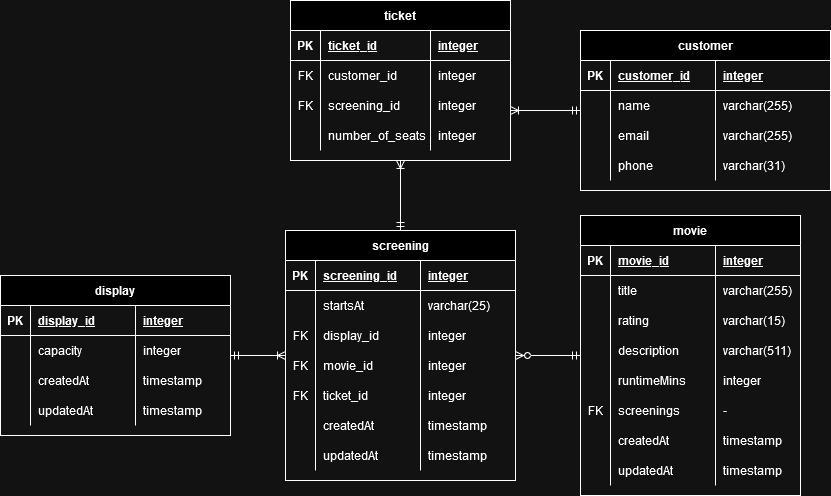
Above: api-cinema-challenge/documentation/Cinema_challenge_ERD_dark.drawio.png in boolean-uk/csharp-api-cinema-challenge (draw.io), before the change. Source tidied: cells renumbered, new cells last; positions are measured from the earlier drawing's top-left corner, leaving out a move shared by most shapes.
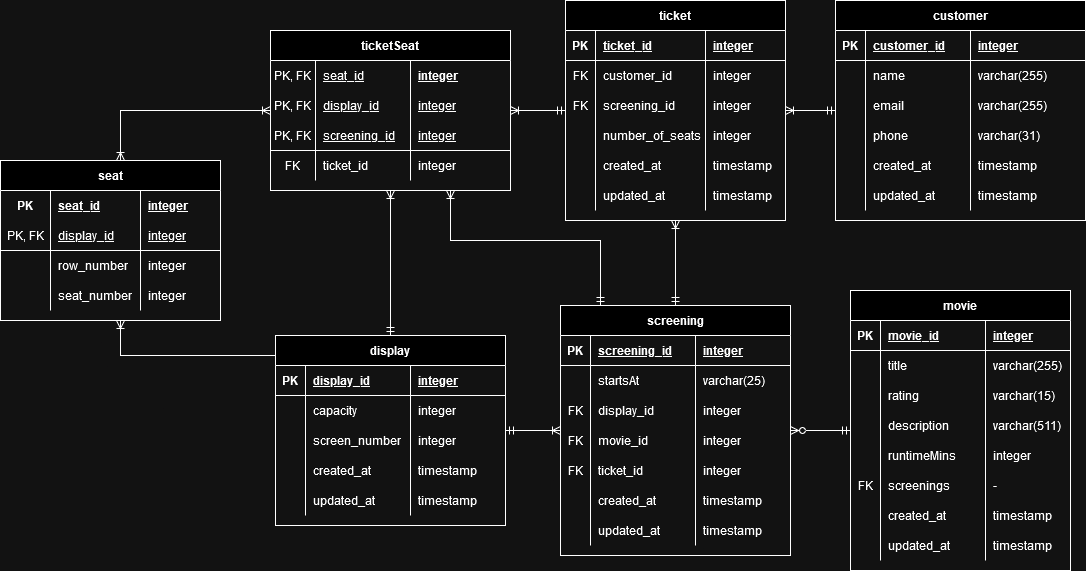
Later version of the same file.

The edit, as a diff of the source:
```diff
@@ -5,3 +5,3 @@
     <mxCell id="2" value="ticket" style="shape=table;startSize=30;rowLines=0;fontStyle=1;align=center;" parent="1" vertex="1">
-      <mxGeometry x="290" width="220" height="160" as="geometry" />
+      <mxGeometry x="295" width="220" height="220" as="geometry" />
     </mxCell>
@@ -55,2 +55,26 @@
     </mxCell>
+    <mxCell id="119" style="shape=partialRectangle;fillColor=none;top=0;left=0;right=0;bottom=0;" parent="2" vertex="1">
+      <mxGeometry y="150" width="220" height="30" as="geometry" />
+    </mxCell>
+    <mxCell id="120" style="shape=partialRectangle;overflow=hidden;fillColor=none;top=0;left=0;bottom=0;right=0;" parent="119" vertex="1">
+      <mxGeometry width="30" height="30" as="geometry" />
+    </mxCell>
+    <mxCell id="121" value="created_at" style="shape=partialRectangle;overflow=hidden;fillColor=none;top=0;left=0;bottom=0;right=0;align=left;spacingLeft=6;" parent="119" vertex="1">
+      <mxGeometry x="30" width="110" height="30" as="geometry" />
+    </mxCell>
+    <mxCell id="122" value="timestamp " style="shape=partialRectangle;overflow=hidden;fillColor=none;top=0;left=0;bottom=0;right=0;align=left;spacingLeft=6;" parent="119" vertex="1">
+      <mxGeometry x="140" width="80" height="30" as="geometry" />
+    </mxCell>
+    <mxCell id="123" style="shape=partialRectangle;fillColor=none;top=0;left=0;right=0;bottom=0;" parent="2" vertex="1">
+      <mxGeometry y="180" width="220" height="30" as="geometry" />
+    </mxCell>
+    <mxCell id="124" style="shape=partialRectangle;overflow=hidden;fillColor=none;top=0;left=0;bottom=0;right=0;" parent="123" vertex="1">
+      <mxGeometry width="30" height="30" as="geometry" />
+    </mxCell>
+    <mxCell id="125" value="updated_at" style="shape=partialRectangle;overflow=hidden;fillColor=none;top=0;left=0;bottom=0;right=0;align=left;spacingLeft=6;" parent="123" vertex="1">
+      <mxGeometry x="30" width="110" height="30" as="geometry" />
+    </mxCell>
+    <mxCell id="126" value="timestamp " style="shape=partialRectangle;overflow=hidden;fillColor=none;top=0;left=0;bottom=0;right=0;align=left;spacingLeft=6;" parent="123" vertex="1">
+      <mxGeometry x="140" width="80" height="30" as="geometry" />
+    </mxCell>
     <mxCell id="19" style="edgeStyle=orthogonalEdgeStyle;rounded=0;jettySize=auto;html=1;endArrow=ERoneToMany;endFill=0;startArrow=ERmandOne;startFill=0;" parent="1" edge="1" source="20" target="2">
@@ -58,4 +82,12 @@
     </mxCell>
+    <mxCell id="127" style="edgeStyle=orthogonalEdgeStyle;rounded=0;jettySize=auto;html=1;startArrow=ERmandOne;startFill=0;endArrow=ERoneToMany;endFill=0;" parent="1" edge="1" source="20" target="161">
+      <mxGeometry relative="1" as="geometry">
+        <Array as="points">
+          <mxPoint x="330" y="240" />
+          <mxPoint x="180" y="240" />
+        </Array>
+      </mxGeometry>
+    </mxCell>
     <mxCell id="20" value="screening" style="shape=table;startSize=30;rowLines=0;fontStyle=1;align=center;" parent="1" vertex="1">
-      <mxGeometry x="285" y="230" width="230" height="250" as="geometry" />
+      <mxGeometry x="290" y="305" width="230" height="250" as="geometry" />
     </mxCell>
@@ -127,3 +159,3 @@
     </mxCell>
-    <mxCell id="43" value="createdAt" style="shape=partialRectangle;overflow=hidden;fillColor=none;top=0;left=0;bottom=0;right=0;align=left;spacingLeft=6;" parent="41" vertex="1">
+    <mxCell id="43" value="created_at" style="shape=partialRectangle;overflow=hidden;fillColor=none;top=0;left=0;bottom=0;right=0;align=left;spacingLeft=6;" parent="41" vertex="1">
       <mxGeometry x="30" width="105" height="30" as="geometry" />
@@ -139,3 +171,3 @@
     </mxCell>
-    <mxCell id="47" value="updatedAt" style="shape=partialRectangle;overflow=hidden;fillColor=none;top=0;left=0;bottom=0;right=0;align=left;spacingLeft=6;" parent="45" vertex="1">
+    <mxCell id="47" value="updated_at" style="shape=partialRectangle;overflow=hidden;fillColor=none;top=0;left=0;bottom=0;right=0;align=left;spacingLeft=6;" parent="45" vertex="1">
       <mxGeometry x="30" width="105" height="30" as="geometry" />
@@ -146,3 +178,3 @@
     <mxCell id="49" value="movie" style="shape=table;startSize=30;rowLines=0;fontStyle=1;align=center;" parent="1" vertex="1">
-      <mxGeometry x="580" y="215" width="220" height="280" as="geometry" />
+      <mxGeometry x="580" y="290" width="220" height="280" as="geometry" />
     </mxCell>
@@ -226,3 +258,3 @@
     </mxCell>
-    <mxCell id="76" value="createdAt" style="shape=partialRectangle;overflow=hidden;fillColor=none;top=0;left=0;bottom=0;right=0;align=left;spacingLeft=6;" parent="74" vertex="1">
+    <mxCell id="76" value="created_at" style="shape=partialRectangle;overflow=hidden;fillColor=none;top=0;left=0;bottom=0;right=0;align=left;spacingLeft=6;" parent="74" vertex="1">
       <mxGeometry x="30" width="105" height="30" as="geometry" />
@@ -238,3 +270,3 @@
     </mxCell>
-    <mxCell id="80" value="updatedAt" style="shape=partialRectangle;overflow=hidden;fillColor=none;top=0;left=0;bottom=0;right=0;align=left;spacingLeft=6;" parent="78" vertex="1">
+    <mxCell id="80" value="updated_at" style="shape=partialRectangle;overflow=hidden;fillColor=none;top=0;left=0;bottom=0;right=0;align=left;spacingLeft=6;" parent="78" vertex="1">
       <mxGeometry x="30" width="105" height="30" as="geometry" />
@@ -252,3 +284,3 @@
     <mxCell id="83" value="customer" style="shape=table;startSize=30;rowLines=0;fontStyle=1;align=center;" parent="1" vertex="1">
-      <mxGeometry x="580" y="30" width="250" height="160" as="geometry" />
+      <mxGeometry x="565" width="250" height="220" as="geometry" />
     </mxCell>
@@ -302,2 +334,26 @@
     </mxCell>
+    <mxCell id="128" style="shape=partialRectangle;fillColor=none;top=0;left=0;right=0;bottom=0;" parent="83" vertex="1">
+      <mxGeometry y="150" width="250" height="30" as="geometry" />
+    </mxCell>
+    <mxCell id="129" style="shape=partialRectangle;overflow=hidden;fillColor=none;top=0;left=0;bottom=0;right=0;" parent="128" vertex="1">
+      <mxGeometry width="30" height="30" as="geometry" />
+    </mxCell>
+    <mxCell id="130" value="created_at" style="shape=partialRectangle;overflow=hidden;fillColor=none;top=0;left=0;bottom=0;right=0;align=left;spacingLeft=6;" parent="128" vertex="1">
+      <mxGeometry x="30" width="105" height="30" as="geometry" />
+    </mxCell>
+    <mxCell id="131" value="timestamp " style="shape=partialRectangle;overflow=hidden;fillColor=none;top=0;left=0;bottom=0;right=0;align=left;spacingLeft=6;" parent="128" vertex="1">
+      <mxGeometry x="135" width="115" height="30" as="geometry" />
+    </mxCell>
+    <mxCell id="132" style="shape=partialRectangle;fillColor=none;top=0;left=0;right=0;bottom=0;" parent="83" vertex="1">
+      <mxGeometry y="180" width="250" height="30" as="geometry" />
+    </mxCell>
+    <mxCell id="133" style="shape=partialRectangle;overflow=hidden;fillColor=none;top=0;left=0;bottom=0;right=0;" parent="132" vertex="1">
+      <mxGeometry width="30" height="30" as="geometry" />
+    </mxCell>
+    <mxCell id="134" value="updated_at" style="shape=partialRectangle;overflow=hidden;fillColor=none;top=0;left=0;bottom=0;right=0;align=left;spacingLeft=6;" parent="132" vertex="1">
+      <mxGeometry x="30" width="105" height="30" as="geometry" />
+    </mxCell>
+    <mxCell id="135" value="timestamp " style="shape=partialRectangle;overflow=hidden;fillColor=none;top=0;left=0;bottom=0;right=0;align=left;spacingLeft=6;" parent="132" vertex="1">
+      <mxGeometry x="135" width="115" height="30" as="geometry" />
+    </mxCell>
     <mxCell id="100" style="edgeStyle=orthogonalEdgeStyle;rounded=0;jettySize=auto;html=1;endArrow=ERmandOne;endFill=0;startArrow=ERzeroToMany;startFill=0;" parent="1" edge="1" source="20" target="49">
@@ -309,3 +365,3 @@
     <mxCell id="102" value="display" style="shape=table;startSize=30;rowLines=0;fontStyle=1;align=center;" parent="1" vertex="1">
-      <mxGeometry y="275" width="230" height="160" as="geometry" />
+      <mxGeometry x="5" y="335" width="230" height="190" as="geometry" />
     </mxCell>
@@ -335,4 +391,16 @@
     </mxCell>
+    <mxCell id="136" style="shape=partialRectangle;fillColor=none;top=0;left=0;right=0;bottom=0;" parent="102" vertex="1">
+      <mxGeometry y="90" width="230" height="30" as="geometry" />
+    </mxCell>
+    <mxCell id="137" style="shape=partialRectangle;overflow=hidden;fillColor=none;top=0;left=0;bottom=0;right=0;" parent="136" vertex="1">
+      <mxGeometry width="30" height="30" as="geometry" />
+    </mxCell>
+    <mxCell id="138" value="screen_number" style="shape=partialRectangle;overflow=hidden;fillColor=none;top=0;left=0;bottom=0;right=0;align=left;spacingLeft=6;" parent="136" vertex="1">
+      <mxGeometry x="30" width="105" height="30" as="geometry" />
+    </mxCell>
+    <mxCell id="139" value="integer" style="shape=partialRectangle;overflow=hidden;fillColor=none;top=0;left=0;bottom=0;right=0;align=left;spacingLeft=6;" parent="136" vertex="1">
+      <mxGeometry x="135" width="95" height="30" as="geometry" />
+    </mxCell>
     <mxCell id="111" style="shape=partialRectangle;fillColor=none;top=0;left=0;right=0;bottom=0;" parent="102" vertex="1">
-      <mxGeometry y="90" width="230" height="30" as="geometry" />
+      <mxGeometry y="120" width="230" height="30" as="geometry" />
     </mxCell>
@@ -341,3 +409,3 @@
     </mxCell>
-    <mxCell id="113" value="createdAt" style="shape=partialRectangle;overflow=hidden;fillColor=none;top=0;left=0;bottom=0;right=0;align=left;spacingLeft=6;" parent="111" vertex="1">
+    <mxCell id="113" value="created_at" style="shape=partialRectangle;overflow=hidden;fillColor=none;top=0;left=0;bottom=0;right=0;align=left;spacingLeft=6;" parent="111" vertex="1">
       <mxGeometry x="30" width="105" height="30" as="geometry" />
@@ -348,3 +416,3 @@
     <mxCell id="115" style="shape=partialRectangle;fillColor=none;top=0;left=0;right=0;bottom=0;" parent="102" vertex="1">
-      <mxGeometry y="120" width="230" height="30" as="geometry" />
+      <mxGeometry y="150" width="230" height="30" as="geometry" />
     </mxCell>
@@ -353,3 +421,3 @@
     </mxCell>
-    <mxCell id="117" value="updatedAt" style="shape=partialRectangle;overflow=hidden;fillColor=none;top=0;left=0;bottom=0;right=0;align=left;spacingLeft=6;" parent="115" vertex="1">
+    <mxCell id="117" value="updated_at" style="shape=partialRectangle;overflow=hidden;fillColor=none;top=0;left=0;bottom=0;right=0;align=left;spacingLeft=6;" parent="115" vertex="1">
       <mxGeometry x="30" width="105" height="30" as="geometry" />
@@ -359,2 +427,129 @@
     </mxCell>
+    <mxCell id="140" style="edgeStyle=orthogonalEdgeStyle;rounded=0;jettySize=auto;html=1;endArrow=ERmandOne;endFill=0;startArrow=ERoneToMany;startFill=0;" parent="1" edge="1" source="161" target="102">
+      <mxGeometry relative="1" as="geometry">
+        <Array as="points">
+          <mxPoint x="120" y="200" />
+          <mxPoint x="120" y="200" />
+        </Array>
+      </mxGeometry>
+    </mxCell>
+    <mxCell id="141" style="edgeStyle=orthogonalEdgeStyle;rounded=0;jettySize=auto;html=1;endArrow=none;endFill=0;startArrow=ERoneToMany;startFill=0;" parent="1" edge="1" source="142" target="102">
+      <mxGeometry relative="1" as="geometry">
+        <Array as="points">
+          <mxPoint x="-150" y="355" />
+        </Array>
+      </mxGeometry>
+    </mxCell>
+    <mxCell id="142" value="seat" style="shape=table;startSize=30;rowLines=0;fontStyle=1;align=center;" parent="1" vertex="1">
+      <mxGeometry x="-270" y="160" width="220" height="160" as="geometry" />
+    </mxCell>
+    <mxCell id="143" style="shape=partialRectangle;fillColor=none;top=0;left=0;right=0;bottom=0;" parent="142" vertex="1">
+      <mxGeometry y="30" width="220" height="30" as="geometry" />
+    </mxCell>
+    <mxCell id="144" value="PK" style="shape=partialRectangle;overflow=hidden;fillColor=none;top=0;left=0;bottom=0;right=0;fontStyle=1;" parent="143" vertex="1">
+      <mxGeometry width="50" height="30" as="geometry" />
+    </mxCell>
+    <mxCell id="145" value="seat_id" style="shape=partialRectangle;overflow=hidden;fillColor=none;top=0;left=0;bottom=0;right=0;align=left;spacingLeft=6;fontStyle=5;" parent="143" vertex="1">
+      <mxGeometry x="50" width="90" height="30" as="geometry" />
+    </mxCell>
+    <mxCell id="146" value="integer" style="shape=partialRectangle;overflow=hidden;fillColor=none;top=0;left=0;bottom=0;right=0;align=left;spacingLeft=6;fontStyle=5;" parent="143" vertex="1">
+      <mxGeometry x="140" width="80" height="30" as="geometry" />
+    </mxCell>
+    <mxCell id="147" style="shape=partialRectangle;fillColor=none;top=0;left=0;right=0;bottom=1;" parent="142" vertex="1">
+      <mxGeometry y="60" width="220" height="30" as="geometry" />
+    </mxCell>
+    <mxCell id="148" value="PK, FK" style="shape=partialRectangle;overflow=hidden;fillColor=none;top=0;left=0;bottom=0;right=0;" parent="147" vertex="1">
+      <mxGeometry width="50" height="30" as="geometry" />
+    </mxCell>
+    <mxCell id="149" value="display_id" style="shape=partialRectangle;overflow=hidden;fillColor=none;top=0;left=0;bottom=0;right=0;align=left;spacingLeft=6;fontStyle=4;" parent="147" vertex="1">
+      <mxGeometry x="50" width="90" height="30" as="geometry" />
+    </mxCell>
+    <mxCell id="150" value="integer" style="shape=partialRectangle;overflow=hidden;fillColor=none;top=0;left=0;bottom=0;right=0;align=left;spacingLeft=6;fontStyle=4;" parent="147" vertex="1">
+      <mxGeometry x="140" width="80" height="30" as="geometry" />
+    </mxCell>
+    <mxCell id="151" style="shape=partialRectangle;fillColor=none;top=0;left=0;right=0;bottom=0;" parent="142" vertex="1">
+      <mxGeometry y="90" width="220" height="30" as="geometry" />
+    </mxCell>
+    <mxCell id="152" style="shape=partialRectangle;overflow=hidden;fillColor=none;top=0;left=0;bottom=0;right=0;" parent="151" vertex="1">
+      <mxGeometry width="50" height="30" as="geometry" />
+    </mxCell>
+    <mxCell id="153" value="row_number" style="shape=partialRectangle;overflow=hidden;fillColor=none;top=0;left=0;bottom=0;right=0;align=left;spacingLeft=6;" parent="151" vertex="1">
+      <mxGeometry x="50" width="90" height="30" as="geometry" />
+    </mxCell>
+    <mxCell id="154" value="integer" style="shape=partialRectangle;overflow=hidden;fillColor=none;top=0;left=0;bottom=0;right=0;align=left;spacingLeft=6;" parent="151" vertex="1">
+      <mxGeometry x="140" width="80" height="30" as="geometry" />
+    </mxCell>
+    <mxCell id="155" style="shape=partialRectangle;fillColor=none;top=0;left=0;right=0;bottom=0;" parent="142" vertex="1">
+      <mxGeometry y="120" width="220" height="30" as="geometry" />
+    </mxCell>
+    <mxCell id="156" style="shape=partialRectangle;overflow=hidden;fillColor=none;top=0;left=0;bottom=0;right=0;" parent="155" vertex="1">
+      <mxGeometry width="50" height="30" as="geometry" />
+    </mxCell>
+    <mxCell id="157" value="seat_number" style="shape=partialRectangle;overflow=hidden;fillColor=none;top=0;left=0;bottom=0;right=0;align=left;spacingLeft=6;" parent="155" vertex="1">
+      <mxGeometry x="50" width="90" height="30" as="geometry" />
+    </mxCell>
+    <mxCell id="158" value="integer" style="shape=partialRectangle;overflow=hidden;fillColor=none;top=0;left=0;bottom=0;right=0;align=left;spacingLeft=6;" parent="155" vertex="1">
+      <mxGeometry x="140" width="80" height="30" as="geometry" />
+    </mxCell>
+    <mxCell id="159" style="edgeStyle=orthogonalEdgeStyle;rounded=0;jettySize=auto;html=1;startArrow=ERoneToMany;startFill=0;endArrow=ERmandOne;endFill=0;" parent="1" edge="1" source="161" target="2">
+      <mxGeometry relative="1" as="geometry" />
+    </mxCell>
+    <mxCell id="160" style="edgeStyle=orthogonalEdgeStyle;rounded=0;jettySize=auto;html=1;endArrow=ERoneToMany;endFill=0;startArrow=ERoneToMany;startFill=0;" parent="1" edge="1" source="161" target="142">
+      <mxGeometry relative="1" as="geometry">
+        <Array as="points">
+          <mxPoint x="-150" y="110" />
+        </Array>
+      </mxGeometry>
+    </mxCell>
+    <mxCell id="161" value="ticketSeat" style="shape=table;startSize=30;rowLines=0;fontStyle=1;align=center;" parent="1" vertex="1">
+      <mxGeometry y="30" width="240" height="160" as="geometry" />
+    </mxCell>
+    <mxCell id="162" style="shape=partialRectangle;fillColor=none;top=0;left=0;right=0;bottom=0;strokeColor=default;" parent="161" vertex="1">
+      <mxGeometry y="30" width="240" height="30" as="geometry" />
+    </mxCell>
+    <mxCell id="163" value="PK, FK" style="shape=partialRectangle;overflow=hidden;fillColor=none;top=0;left=0;bottom=0;right=0;fontStyle=0;" parent="162" vertex="1">
+      <mxGeometry width="45" height="30" as="geometry" />
+    </mxCell>
+    <mxCell id="164" value="seat_id" style="shape=partialRectangle;overflow=hidden;fillColor=none;top=0;left=0;bottom=0;right=0;align=left;spacingLeft=6;fontStyle=4;" parent="162" vertex="1">
+      <mxGeometry x="45" width="95" height="30" as="geometry" />
+    </mxCell>
+    <mxCell id="165" value="integer" style="shape=partialRectangle;overflow=hidden;fillColor=none;top=0;left=0;bottom=0;right=0;align=left;spacingLeft=6;fontStyle=5;" parent="162" vertex="1">
+      <mxGeometry x="140" width="100" height="30" as="geometry" />
+    </mxCell>
+    <mxCell id="166" style="shape=partialRectangle;fillColor=none;top=0;left=0;right=0;bottom=0;" parent="161" vertex="1">
+      <mxGeometry y="60" width="240" height="30" as="geometry" />
+    </mxCell>
+    <mxCell id="167" value="PK, FK" style="shape=partialRectangle;overflow=hidden;fillColor=none;top=0;left=0;bottom=0;right=0;" parent="166" vertex="1">
+      <mxGeometry width="45" height="30" as="geometry" />
+    </mxCell>
+    <mxCell id="168" value="display_id" style="shape=partialRectangle;overflow=hidden;fillColor=none;top=0;left=0;bottom=0;right=0;align=left;spacingLeft=6;fontStyle=4;" parent="166" vertex="1">
+      <mxGeometry x="45" width="95" height="30" as="geometry" />
+    </mxCell>
+    <mxCell id="169" value="integer" style="shape=partialRectangle;overflow=hidden;fillColor=none;top=0;left=0;bottom=0;right=0;align=left;spacingLeft=6;fontStyle=4;" parent="166" vertex="1">
+      <mxGeometry x="140" width="100" height="30" as="geometry" />
+    </mxCell>
+    <mxCell id="170" style="shape=partialRectangle;fillColor=none;top=0;left=0;right=0;bottom=1;" parent="161" vertex="1">
+      <mxGeometry y="90" width="240" height="30" as="geometry" />
+    </mxCell>
+    <mxCell id="171" value="PK, FK" style="shape=partialRectangle;overflow=hidden;fillColor=none;top=0;left=0;bottom=0;right=0;" parent="170" vertex="1">
+      <mxGeometry width="45" height="30" as="geometry" />
+    </mxCell>
+    <mxCell id="172" value="screening_id" style="shape=partialRectangle;overflow=hidden;fillColor=none;top=0;left=0;bottom=0;right=0;align=left;spacingLeft=6;fontStyle=4;" parent="170" vertex="1">
+      <mxGeometry x="45" width="95" height="30" as="geometry" />
+    </mxCell>
+    <mxCell id="173" value="integer" style="shape=partialRectangle;overflow=hidden;fillColor=none;top=0;left=0;bottom=0;right=0;align=left;spacingLeft=6;fontStyle=4;" parent="170" vertex="1">
+      <mxGeometry x="140" width="100" height="30" as="geometry" />
+    </mxCell>
+    <mxCell id="174" style="shape=partialRectangle;fillColor=none;top=0;left=0;right=0;bottom=0;" parent="161" vertex="1">
+      <mxGeometry y="120" width="240" height="30" as="geometry" />
+    </mxCell>
+    <mxCell id="175" value="FK" style="shape=partialRectangle;overflow=hidden;fillColor=none;top=0;left=0;bottom=0;right=0;" parent="174" vertex="1">
+      <mxGeometry width="45" height="30" as="geometry" />
+    </mxCell>
+    <mxCell id="176" value="ticket_id" style="shape=partialRectangle;overflow=hidden;fillColor=none;top=0;left=0;bottom=0;right=0;align=left;spacingLeft=6;" parent="174" vertex="1">
+      <mxGeometry x="45" width="95" height="30" as="geometry" />
+    </mxCell>
+    <mxCell id="177" value="integer" style="shape=partialRectangle;overflow=hidden;fillColor=none;top=0;left=0;bottom=0;right=0;align=left;spacingLeft=6;" parent="174" vertex="1">
+      <mxGeometry x="140" width="100" height="30" as="geometry" />
+    </mxCell>
   </root>
```
